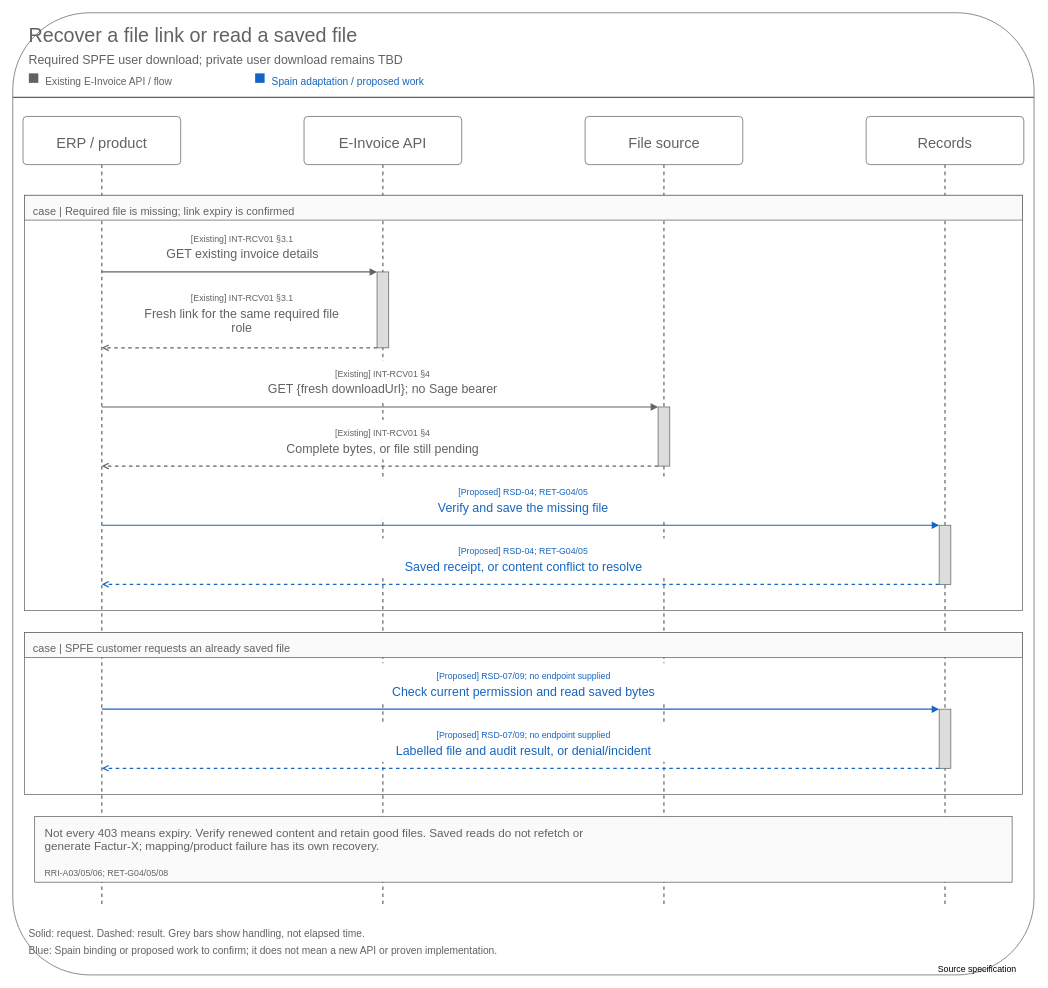
Above: assets/diagrams/invoice-retrieval-file-recovery-sequence.drawio in jiaxinhe0709/pm_second_brain (draw.io), before the change. Source tidied: cells renumbered, new cells numbered last; positions are measured from the earlier drawing's top-left corner, leaving out a move shared by most shapes. Both pictures are drawn from the tidied source at 73%, with x=0, y=0 at pixel (12, 12).
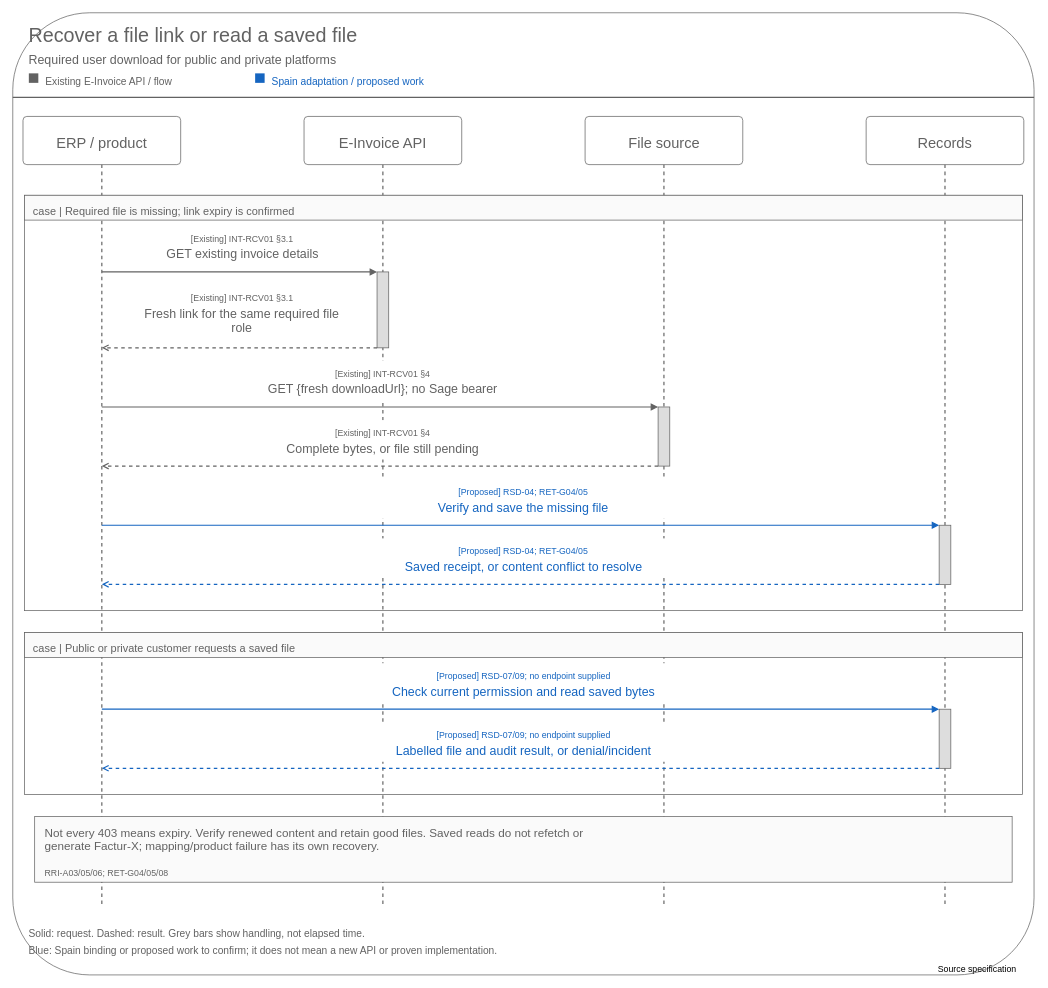
Above is the later version.

The edit, as a diff of the source:
```diff
@@
-    <mxCell id="4" value="Required SPFE user download; private user download remains TBD" style="text;html=0;whiteSpace=wrap;spacing=0;verticalAlign=top;align=left;fontSize=17;fontColor=#626262;" parent="1" vertex="1">
-      <mxGeometry x="22" y="51" width="676" height="26" as="geometry" />
+    <mxCell id="4" value="Required user download for public and private platforms" style="text;html=0;whiteSpace=wrap;spacing=0;verticalAlign=top;align=left;fontSize=17;fontColor=#626262;" parent="1" vertex="1">
+      <mxGeometry x="22" y="51" width="601" height="26" as="geometry" />
     </mxCell>
@@
-    <mxCell id="27" value="case | SPFE customer requests an already saved file" style="text;html=0;whiteSpace=wrap;spacing=0;verticalAlign=top;align=left;fontSize=15;fontColor=#626262;" parent="1" vertex="1">
-      <mxGeometry x="28" y="857" width="493.9" height="26" as="geometry" />
+    <mxCell id="27" value="case | Public or private customer requests a saved file" style="text;html=0;whiteSpace=wrap;spacing=0;verticalAlign=top;align=left;fontSize=15;fontColor=#626262;" parent="1" vertex="1">
+      <mxGeometry x="28" y="857" width="531.8" height="26" as="geometry" />
     </mxCell>
```
